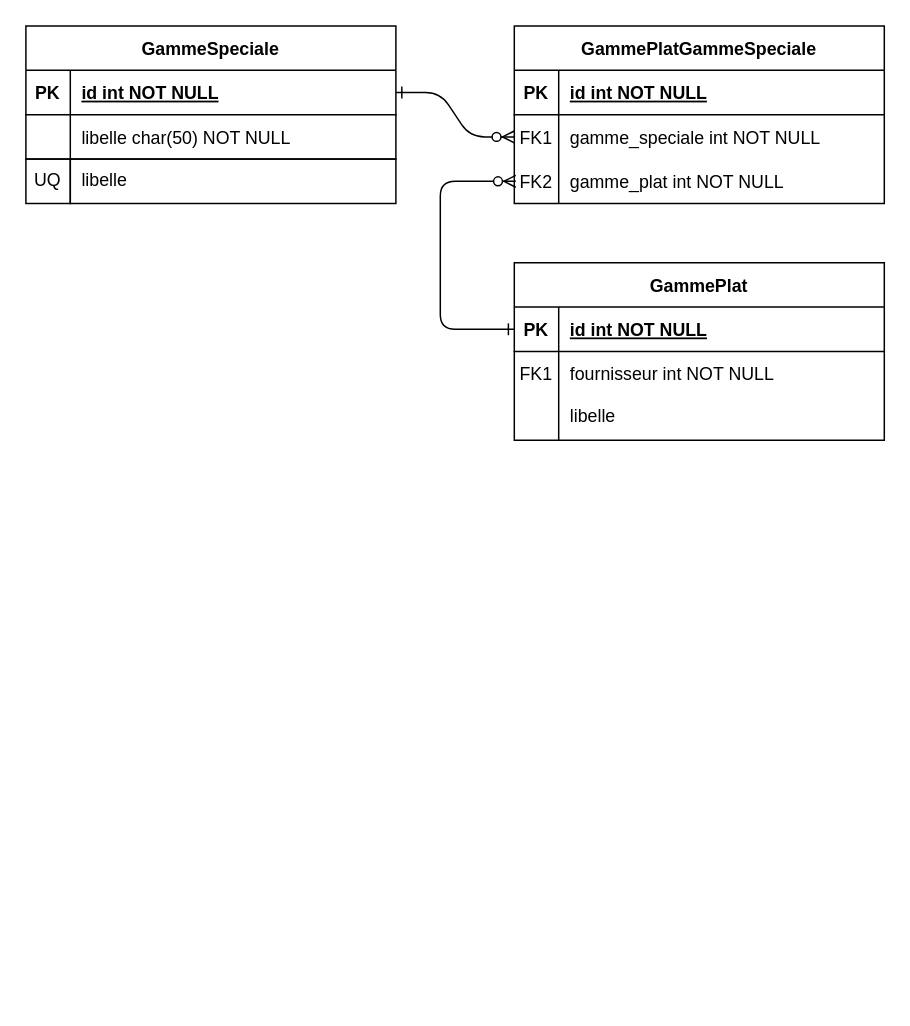
Above: Diagramme sans nom.drawio in mdiard-ji/GlobTest (draw.io), before the change. Source tidied: cells renumbered, new cells numbered last; positions are measured from the earlier drawing's top-left corner, leaving out a move shared by most shapes. Both pictures are drawn from the tidied source at 148%, with x=0, y=0 at pixel (25, 25).
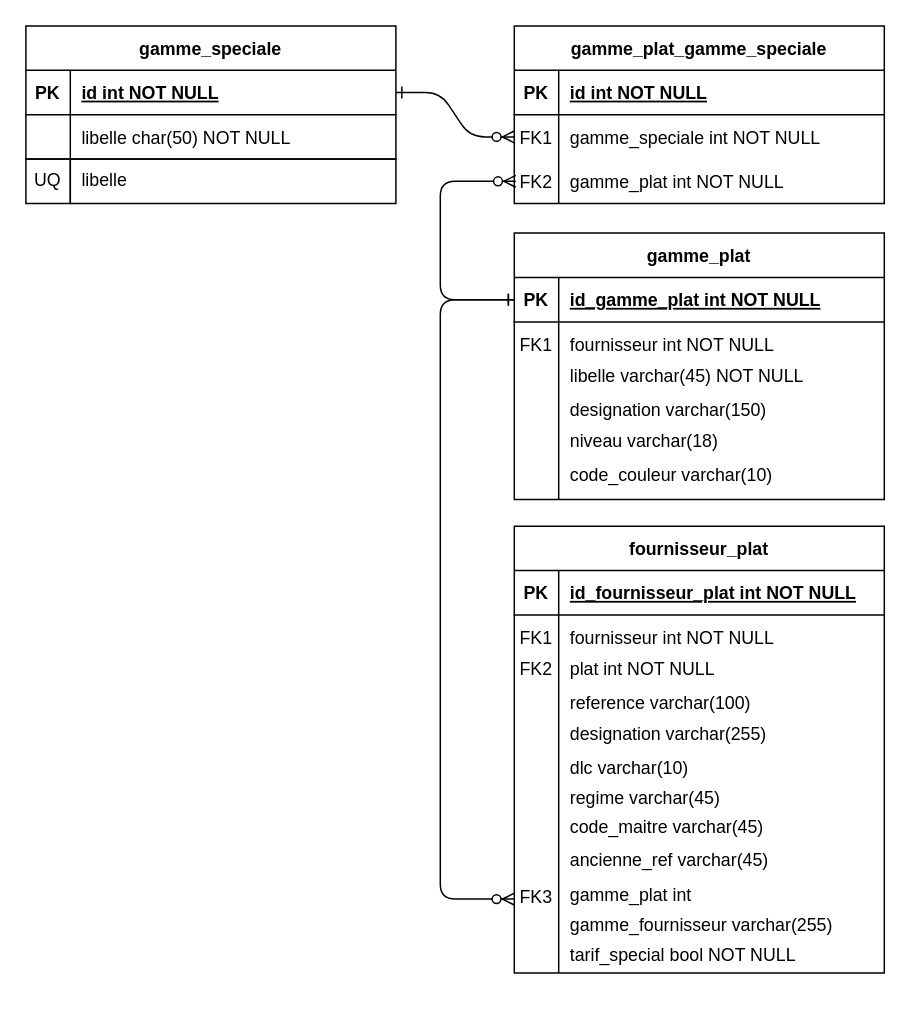
Above is the later version.

Commit message (it also covers changes not shown here):
Mettre à jour Diagramme sans nom.drawio

What changed in the source:
```diff
@@
-    <mxCell id="4" value="GammePlatGammeSpeciale" style="shape=table;startSize=30;childLayout=tableLayout;rowLines=0;fontStyle=1;align=center;" parent="1" vertex="1">
+    <mxCell id="4" value="gamme_plat_gamme_speciale" style="shape=table;startSize=30;childLayout=tableLayout;rowLines=0;fontStyle=1;align=center;" parent="1" vertex="1">
       <mxGeometry x="330" width="250" height="120" as="geometry" />
     </mxCell>
@@
-    <mxCell id="14" value="GammePlat" style="shape=table;startSize=30;childLayout=tableLayout;rowLines=0;fontStyle=1;align=center;" parent="1" vertex="1">
-      <mxGeometry x="330" y="160" width="250" height="120" as="geometry" />
-    </mxCell>
-    <mxCell id="15" style="shape=partialRectangle;fillColor=none;points=[[0,0.5],[1,0.5]];portConstraint=eastwest;top=0;left=0;right=0;bottom=1;" parent="14" vertex="1">
-      <mxGeometry y="30" width="250" height="30" as="geometry" />
-    </mxCell>
-    <mxCell id="16" value="PK" style="shape=partialRectangle;overflow=hidden;fillColor=none;top=0;left=0;bottom=0;right=0;fontStyle=1;" parent="15" vertex="1">
-      <mxGeometry width="30" height="30" as="geometry" />
-    </mxCell>
-    <mxCell id="17" value="id int NOT NULL " style="shape=partialRectangle;overflow=hidden;fillColor=none;top=0;left=0;bottom=0;right=0;align=left;spacingLeft=6;fontStyle=5;" parent="15" vertex="1">
-      <mxGeometry x="30" width="220" height="30" as="geometry" />
-    </mxCell>
-    <mxCell id="18" style="shape=partialRectangle;fillColor=none;top=0;left=0;right=0;bottom=0;" parent="14" vertex="1">
-      <mxGeometry y="60" width="250" height="30" as="geometry" />
-    </mxCell>
-    <mxCell id="19" value="FK1" style="shape=partialRectangle;overflow=hidden;fillColor=none;top=0;left=0;bottom=0;right=0;" parent="18" vertex="1">
-      <mxGeometry width="30" height="30" as="geometry" />
-    </mxCell>
-    <mxCell id="20" value="fournisseur int NOT NULL" style="shape=partialRectangle;overflow=hidden;fillColor=none;top=0;left=0;bottom=0;right=0;align=left;spacingLeft=6;" parent="18" vertex="1">
-      <mxGeometry x="30" width="220" height="30" as="geometry" />
-    </mxCell>
-    <mxCell id="21" style="shape=partialRectangle;fillColor=none;top=0;left=0;right=0;bottom=0;" parent="14" vertex="1">
-      <mxGeometry y="90" width="250" height="30" as="geometry" />
-    </mxCell>
-    <mxCell id="22" style="shape=partialRectangle;overflow=hidden;fillColor=none;top=0;left=0;bottom=0;right=0;" parent="21" vertex="1">
-      <mxGeometry width="30" height="30" as="geometry" />
-    </mxCell>
-    <mxCell id="23" style="shape=partialRectangle;overflow=hidden;fillColor=none;top=0;left=0;bottom=0;right=0;align=left;spacingLeft=6;" parent="21" vertex="1">
-      <mxGeometry x="30" width="220" height="30" as="geometry" />
-    </mxCell>
-    <mxCell id="24" value="GammeSpeciale" style="shape=table;startSize=30;childLayout=tableLayout;rowLines=0;fontStyle=1;align=center;" parent="1" vertex="1">
+    <mxCell id="24" value="gamme_speciale" style="shape=table;startSize=30;childLayout=tableLayout;rowLines=0;fontStyle=1;align=center;" parent="1" vertex="1">
       <mxGeometry width="250" height="90" as="geometry" />
     </mxCell>
@@
-    <mxCell id="35" value="libelle" style="shape=partialRectangle;overflow=hidden;fillColor=none;top=0;left=0;bottom=0;right=0;align=left;spacingLeft=6;" parent="1" vertex="1">
-      <mxGeometry x="360" y="248" width="70" height="30" as="geometry" />
-    </mxCell>
+    <mxCell id="36" style="group;" parent="1" vertex="1">
+      <mxGeometry x="330" y="140" width="250" height="180" as="geometry" />
+    </mxCell>
+    <mxCell id="14" value="gamme_plat" style="shape=table;startSize=30;childLayout=tableLayout;rowLines=0;fontStyle=1;align=center;" parent="36" vertex="1">
+      <mxGeometry width="250" height="180" as="geometry" />
+    </mxCell>
+    <mxCell id="15" style="shape=partialRectangle;fillColor=none;points=[[0,0.5],[1,0.5]];portConstraint=eastwest;top=0;left=0;right=0;bottom=1;" parent="14" vertex="1">
+      <mxGeometry y="30" width="250" height="30" as="geometry" />
+    </mxCell>
+    <mxCell id="16" value="PK" style="shape=partialRectangle;overflow=hidden;fillColor=none;top=0;left=0;bottom=0;right=0;fontStyle=1;" parent="15" vertex="1">
+      <mxGeometry width="30" height="30" as="geometry" />
+    </mxCell>
+    <mxCell id="17" value="id_gamme_plat int NOT NULL " style="shape=partialRectangle;overflow=hidden;fillColor=none;top=0;left=0;bottom=0;right=0;align=left;spacingLeft=6;fontStyle=5;" parent="15" vertex="1">
+      <mxGeometry x="30" width="220" height="30" as="geometry" />
+    </mxCell>
+    <mxCell id="18" style="shape=partialRectangle;fillColor=none;top=0;left=0;right=0;bottom=0;" parent="14" vertex="1">
+      <mxGeometry y="60" width="250" height="30" as="geometry" />
+    </mxCell>
+    <mxCell id="19" value="FK1" style="shape=partialRectangle;overflow=hidden;fillColor=none;top=0;left=0;bottom=0;right=0;" parent="18" vertex="1">
+      <mxGeometry width="30" height="30" as="geometry" />
+    </mxCell>
+    <mxCell id="20" value="fournisseur int NOT NULL" style="shape=partialRectangle;overflow=hidden;fillColor=none;top=0;left=0;bottom=0;right=0;align=left;spacingLeft=6;" parent="18" vertex="1">
+      <mxGeometry x="30" width="220" height="30" as="geometry" />
+    </mxCell>
+    <mxCell id="21" style="shape=partialRectangle;fillColor=none;top=0;left=0;right=0;bottom=0;" parent="14" vertex="1">
+      <mxGeometry y="90" width="250" height="90" as="geometry" />
+    </mxCell>
+    <mxCell id="22" style="shape=partialRectangle;overflow=hidden;fillColor=none;top=0;left=0;bottom=0;right=0;" parent="21" vertex="1">
+      <mxGeometry width="30" height="90" as="geometry" />
+    </mxCell>
+    <mxCell id="23" style="shape=partialRectangle;overflow=hidden;fillColor=none;top=0;left=0;bottom=0;right=0;align=left;spacingLeft=6;" parent="21" vertex="1">
+      <mxGeometry x="30" width="220" height="90" as="geometry" />
+    </mxCell>
+    <mxCell id="37" value="libelle varchar(45) NOT NULL" style="shape=partialRectangle;overflow=hidden;fillColor=none;top=0;left=0;bottom=0;right=0;align=left;spacingLeft=6;" parent="36" vertex="1">
+      <mxGeometry x="30" y="86" width="220" height="20" as="geometry" />
+    </mxCell>
+    <mxCell id="38" value="designation varchar(150)" style="shape=partialRectangle;overflow=hidden;fillColor=none;top=0;left=0;bottom=0;right=0;align=left;spacingLeft=6;" parent="36" vertex="1">
+      <mxGeometry x="30" y="109" width="220" height="20" as="geometry" />
+    </mxCell>
+    <mxCell id="39" value="niveau varchar(18)" style="shape=partialRectangle;overflow=hidden;fillColor=none;top=0;left=0;bottom=0;right=0;align=left;spacingLeft=6;" parent="36" vertex="1">
+      <mxGeometry x="30" y="130" width="220" height="20" as="geometry" />
+    </mxCell>
+    <mxCell id="40" value="code_couleur varchar(10)" style="shape=partialRectangle;overflow=hidden;fillColor=none;top=0;left=0;bottom=0;right=0;align=left;spacingLeft=6;" parent="36" vertex="1">
+      <mxGeometry x="30" y="153" width="220" height="20" as="geometry" />
+    </mxCell>
+    <mxCell id="41" style="group;" parent="1" vertex="1">
+      <mxGeometry x="330" y="338" width="250" height="320" as="geometry" />
+    </mxCell>
+    <mxCell id="42" value="fournisseur_plat" style="shape=table;startSize=30;childLayout=tableLayout;rowLines=0;fontStyle=1;align=center;" parent="41" vertex="1">
+      <mxGeometry width="250" height="302" as="geometry" />
+    </mxCell>
+    <mxCell id="43" style="shape=partialRectangle;fillColor=none;top=0;left=0;right=0;bottom=1;" parent="42" vertex="1">
+      <mxGeometry y="30" width="250" height="30" as="geometry" />
+    </mxCell>
+    <mxCell id="44" value="PK" style="shape=partialRectangle;overflow=hidden;fillColor=none;top=0;left=0;bottom=0;right=0;fontStyle=1;" parent="43" vertex="1">
+      <mxGeometry width="30" height="30" as="geometry" />
+    </mxCell>
+    <mxCell id="45" value="id_fournisseur_plat int NOT NULL " style="shape=partialRectangle;overflow=hidden;fillColor=none;top=0;left=0;bottom=0;right=0;align=left;spacingLeft=6;fontStyle=5;" parent="43" vertex="1">
+      <mxGeometry x="30" width="220" height="30" as="geometry" />
+    </mxCell>
+    <mxCell id="46" style="shape=partialRectangle;fillColor=none;top=0;left=0;right=0;bottom=0;" parent="42" vertex="1">
+      <mxGeometry y="60" width="250" height="30" as="geometry" />
+    </mxCell>
+    <mxCell id="47" value="FK1" style="shape=partialRectangle;overflow=hidden;fillColor=none;top=0;left=0;bottom=0;right=0;" parent="46" vertex="1">
+      <mxGeometry width="30" height="30" as="geometry" />
+    </mxCell>
+    <mxCell id="48" value="fournisseur int NOT NULL" style="shape=partialRectangle;overflow=hidden;fillColor=none;top=0;left=0;bottom=0;right=0;align=left;spacingLeft=6;" parent="46" vertex="1">
+      <mxGeometry x="30" width="220" height="30" as="geometry" />
+    </mxCell>
+    <mxCell id="49" style="shape=partialRectangle;fillColor=none;top=0;left=0;right=0;bottom=0;" parent="42" vertex="1">
+      <mxGeometry y="90" width="250" height="212" as="geometry" />
+    </mxCell>
+    <mxCell id="50" style="shape=partialRectangle;overflow=hidden;fillColor=none;top=0;left=0;bottom=0;right=0;" parent="49" vertex="1">
+      <mxGeometry width="30" height="212" as="geometry" />
+    </mxCell>
+    <mxCell id="51" style="shape=partialRectangle;overflow=hidden;fillColor=none;top=0;left=0;bottom=0;right=0;align=left;spacingLeft=6;" parent="49" vertex="1">
+      <mxGeometry x="30" width="220" height="212" as="geometry" />
+    </mxCell>
+    <mxCell id="52" value="plat int NOT NULL" style="shape=partialRectangle;overflow=hidden;fillColor=none;top=0;left=0;bottom=0;right=0;align=left;spacingLeft=6;" parent="41" vertex="1">
+      <mxGeometry x="30" y="86" width="220" height="20" as="geometry" />
+    </mxCell>
+    <mxCell id="53" value="reference varchar(100)" style="shape=partialRectangle;overflow=hidden;fillColor=none;top=0;left=0;bottom=0;right=0;align=left;spacingLeft=6;" parent="41" vertex="1">
+      <mxGeometry x="30" y="109" width="220" height="20" as="geometry" />
+    </mxCell>
+    <mxCell id="54" value="designation varchar(255)" style="shape=partialRectangle;overflow=hidden;fillColor=none;top=0;left=0;bottom=0;right=0;align=left;spacingLeft=6;" parent="41" vertex="1">
+      <mxGeometry x="30" y="130" width="220" height="20" as="geometry" />
+    </mxCell>
+    <mxCell id="55" value="dlc varchar(10)" style="shape=partialRectangle;overflow=hidden;fillColor=none;top=0;left=0;bottom=0;right=0;align=left;spacingLeft=6;" parent="41" vertex="1">
+      <mxGeometry x="30" y="153" width="220" height="20" as="geometry" />
+    </mxCell>
+    <mxCell id="56" value="FK2" style="shape=partialRectangle;overflow=hidden;fillColor=none;top=0;left=0;bottom=0;right=0;" parent="41" vertex="1">
+      <mxGeometry y="81" width="30" height="30" as="geometry" />
+    </mxCell>
+    <mxCell id="57" value="regime varchar(45)" style="shape=partialRectangle;overflow=hidden;fillColor=none;top=0;left=0;bottom=0;right=0;align=left;spacingLeft=6;" parent="41" vertex="1">
+      <mxGeometry x="30" y="173" width="220" height="20" as="geometry" />
+    </mxCell>
+    <mxCell id="58" value="code_maitre varchar(45)" style="shape=partialRectangle;overflow=hidden;fillColor=none;top=0;left=0;bottom=0;right=0;align=left;spacingLeft=6;" parent="41" vertex="1">
+      <mxGeometry x="30" y="193" width="220" height="20" as="geometry" />
+    </mxCell>
+    <mxCell id="59" value="ancienne_ref varchar(45)" style="shape=partialRectangle;overflow=hidden;fillColor=none;top=0;left=0;bottom=0;right=0;align=left;spacingLeft=6;" parent="41" vertex="1">
+      <mxGeometry x="30" y="215" width="220" height="20" as="geometry" />
+    </mxCell>
+    <mxCell id="60" value="gamme_plat int" style="shape=partialRectangle;overflow=hidden;fillColor=none;top=0;left=0;bottom=0;right=0;align=left;spacingLeft=6;" parent="41" vertex="1">
+      <mxGeometry x="30" y="239" width="220" height="20" as="geometry" />
+    </mxCell>
+    <mxCell id="61" value="FK3" style="shape=partialRectangle;overflow=hidden;fillColor=none;top=0;left=0;bottom=0;right=0;" parent="41" vertex="1">
+      <mxGeometry y="235" width="30" height="30" as="geometry" />
+    </mxCell>
+    <mxCell id="62" value="gamme_fournisseur varchar(255)" style="shape=partialRectangle;overflow=hidden;fillColor=none;top=0;left=0;bottom=0;right=0;align=left;spacingLeft=6;" parent="41" vertex="1">
+      <mxGeometry x="30" y="259" width="220" height="20" as="geometry" />
+    </mxCell>
+    <mxCell id="63" value="tarif_special bool NOT NULL" style="shape=partialRectangle;overflow=hidden;fillColor=none;top=0;left=0;bottom=0;right=0;align=left;spacingLeft=6;" parent="41" vertex="1">
+      <mxGeometry x="30" y="279" width="220" height="20" as="geometry" />
+    </mxCell>
+    <mxCell id="64" style="edgeStyle=elbowEdgeStyle;endArrow=ERzeroToMany;startArrow=ERone;endFill=1;startFill=0;exitX=0;exitY=0.5;exitDx=0;exitDy=0;" parent="1" edge="1" source="15">
+      <mxGeometry relative="1" as="geometry">
+        <mxPoint x="330" y="590" as="targetPoint" />
+        <Array as="points">
+          <mxPoint x="280" y="390" />
+        </Array>
+      </mxGeometry>
+    </mxCell>
```
